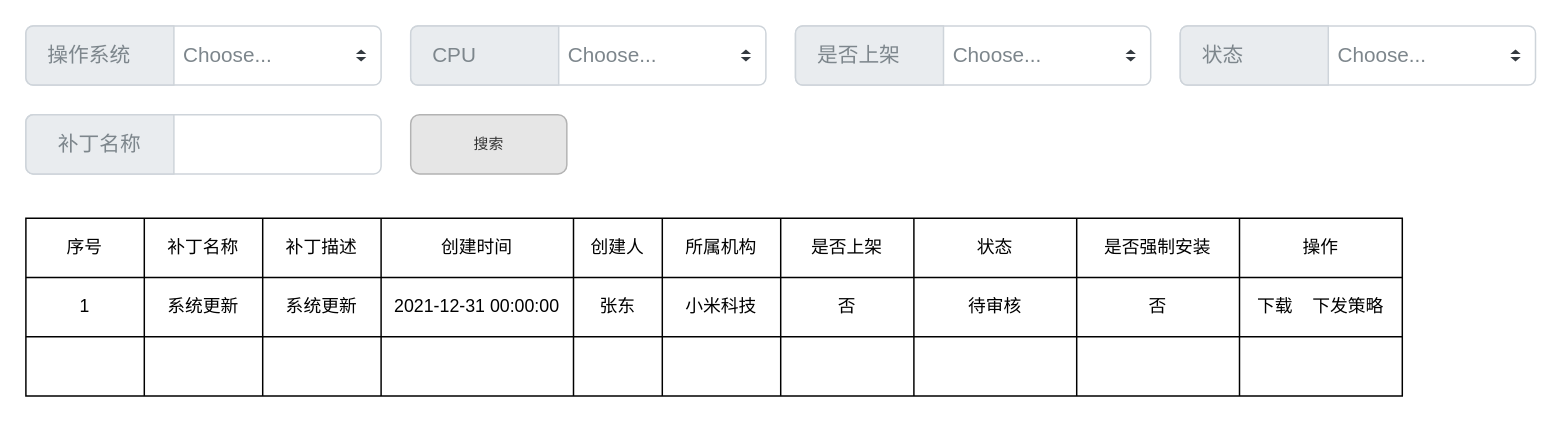
Before: 应用市场/补丁主界面.drawio in fzon0902/DRAWIO-PICS, a draw.io diagram. Source tidied: cells renumbered, new cells numbered last; positions are measured from the earlier drawing's top-left corner, leaving out a move shared by most shapes. Both pictures are drawn from the tidied source at 148%, with x=0, y=0 at pixel (25, 25).
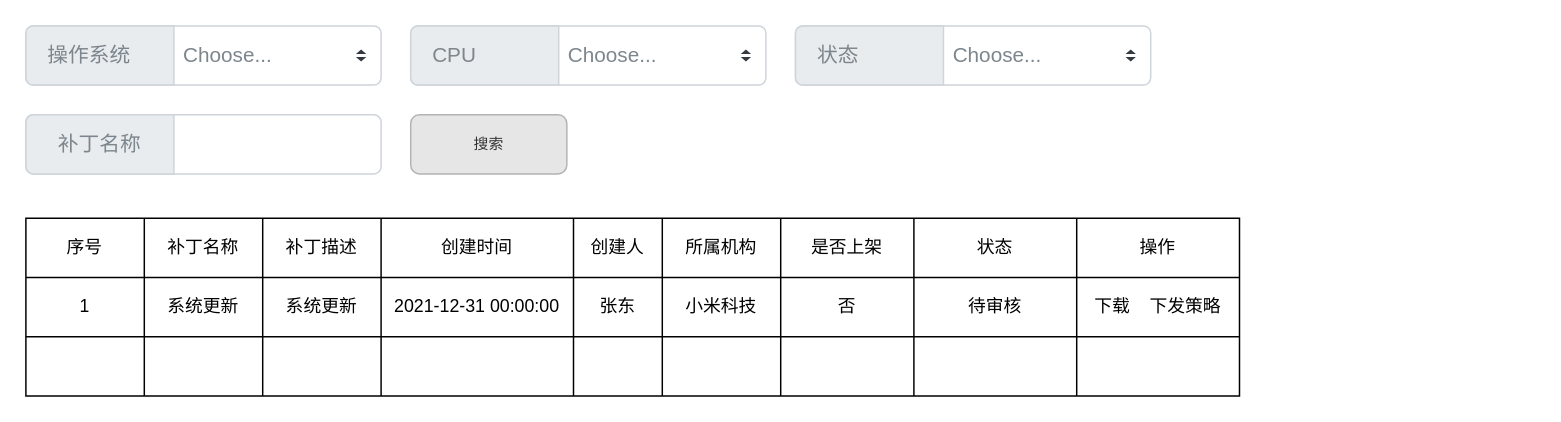
Above is the later version.

Commit message:
更新补丁主界面.drawio

What changed in the source:
```diff
@@
     <mxCell id="2" style="shape=table;html=1;whiteSpace=wrap;startSize=0;childLayout=tableLayout;" parent="1" vertex="1">
-      <mxGeometry y="130" width="930" height="120" as="geometry" />
+      <mxGeometry y="130" width="820" height="120" as="geometry" />
     </mxCell>
     <mxCell id="3" style="shape=partialRectangle;html=1;whiteSpace=wrap;fillColor=none;top=0;left=0;bottom=0;right=0;" parent="2" vertex="1">
-      <mxGeometry width="930" height="40" as="geometry" />
+      <mxGeometry width="820" height="40" as="geometry" />
     </mxCell>
@@
-    <mxCell id="12" value="是否强制安装" style="shape=partialRectangle;html=1;whiteSpace=wrap;fillColor=none;top=0;left=0;bottom=0;right=0;overflow=hidden;" parent="3" vertex="1">
-      <mxGeometry x="710" width="110" height="40" as="geometry" />
-    </mxCell>
     <mxCell id="13" value="操作" style="shape=partialRectangle;html=1;whiteSpace=wrap;fillColor=none;top=0;left=0;bottom=0;right=0;overflow=hidden;" parent="3" vertex="1">
-      <mxGeometry x="820" width="110" height="40" as="geometry" />
+      <mxGeometry x="710" width="110" height="40" as="geometry" />
     </mxCell>
     <mxCell id="14" style="shape=partialRectangle;html=1;whiteSpace=wrap;fillColor=none;top=0;left=0;bottom=0;right=0;" parent="2" vertex="1">
-      <mxGeometry y="40" width="930" height="40" as="geometry" />
+      <mxGeometry y="40" width="820" height="40" as="geometry" />
     </mxCell>
@@
-    <mxCell id="23" value="否" style="shape=partialRectangle;html=1;whiteSpace=wrap;fillColor=none;top=0;left=0;bottom=0;right=0;overflow=hidden;" parent="14" vertex="1">
-      <mxGeometry x="710" width="110" height="40" as="geometry" />
-    </mxCell>
     <mxCell id="24" value="下载&amp;nbsp; &amp;nbsp; 下发策略" style="shape=partialRectangle;html=1;whiteSpace=wrap;fillColor=none;top=0;left=0;bottom=0;right=0;overflow=hidden;" parent="14" vertex="1">
-      <mxGeometry x="820" width="110" height="40" as="geometry" />
+      <mxGeometry x="710" width="110" height="40" as="geometry" />
     </mxCell>
     <mxCell id="25" style="shape=partialRectangle;html=1;whiteSpace=wrap;fillColor=none;top=0;left=0;bottom=0;right=0;" parent="2" vertex="1">
-      <mxGeometry y="80" width="930" height="40" as="geometry" />
+      <mxGeometry y="80" width="820" height="40" as="geometry" />
     </mxCell>
@@
-    <mxCell id="34" style="shape=partialRectangle;html=1;whiteSpace=wrap;fillColor=none;top=0;left=0;bottom=0;right=0;overflow=hidden;" parent="25" vertex="1">
-      <mxGeometry x="710" width="110" height="40" as="geometry" />
-    </mxCell>
     <mxCell id="35" style="shape=partialRectangle;html=1;whiteSpace=wrap;fillColor=none;top=0;left=0;bottom=0;right=0;overflow=hidden;" parent="25" vertex="1">
-      <mxGeometry x="820" width="110" height="40" as="geometry" />
+      <mxGeometry x="710" width="110" height="40" as="geometry" />
     </mxCell>
@@
-    <mxCell id="44" value="&amp;nbsp; &amp;nbsp;Choose..." style="html=1;shadow=0;dashed=0;shape=mxgraph.bootstrap.rrect;rSize=5;strokeColor=#CED4DA;html=1;whiteSpace=wrap;fillColor=#FFFFFF;fontColor=#7D868C;align=left;spacingLeft=80;spacing=15;fontSize=14;" parent="1" vertex="1">
-      <mxGeometry x="520" width="240" height="40" as="geometry" />
-    </mxCell>
-    <mxCell id="45" style="shape=triangle;direction=south;fillColor=#343A40;strokeColor=none;perimeter=none;" parent="44" vertex="1">
-      <mxGeometry x="1" y="0.5" width="7" height="3" relative="1" as="geometry">
-        <mxPoint x="-17" y="1" as="offset" />
-      </mxGeometry>
-    </mxCell>
-    <mxCell id="46" style="shape=triangle;direction=north;fillColor=#343A40;strokeColor=none;perimeter=none;" parent="44" vertex="1">
-      <mxGeometry x="1" y="0.5" width="7" height="3" relative="1" as="geometry">
-        <mxPoint x="-17" y="-4" as="offset" />
-      </mxGeometry>
-    </mxCell>
-    <mxCell id="47" value="是否上架" style="html=1;shadow=0;dashed=0;shape=mxgraph.bootstrap.leftButton;strokeColor=#CED4DA;gradientColor=inherit;fontColor=inherit;fillColor=#E9ECEF;rSize=5;perimeter=none;whiteSpace=wrap;fontSize=14;align=left;spacing=15;" parent="44" vertex="1">
-      <mxGeometry width="100" height="40" relative="1" as="geometry" />
-    </mxCell>
     <mxCell id="48" value="&amp;nbsp; &amp;nbsp;Choose..." style="html=1;shadow=0;dashed=0;shape=mxgraph.bootstrap.rrect;rSize=5;strokeColor=#CED4DA;html=1;whiteSpace=wrap;fillColor=#FFFFFF;fontColor=#7D868C;align=left;spacingLeft=80;spacing=15;fontSize=14;" parent="1" vertex="1">
-      <mxGeometry x="780" width="240" height="40" as="geometry" />
+      <mxGeometry x="520" width="240" height="40" as="geometry" />
     </mxCell>
```
